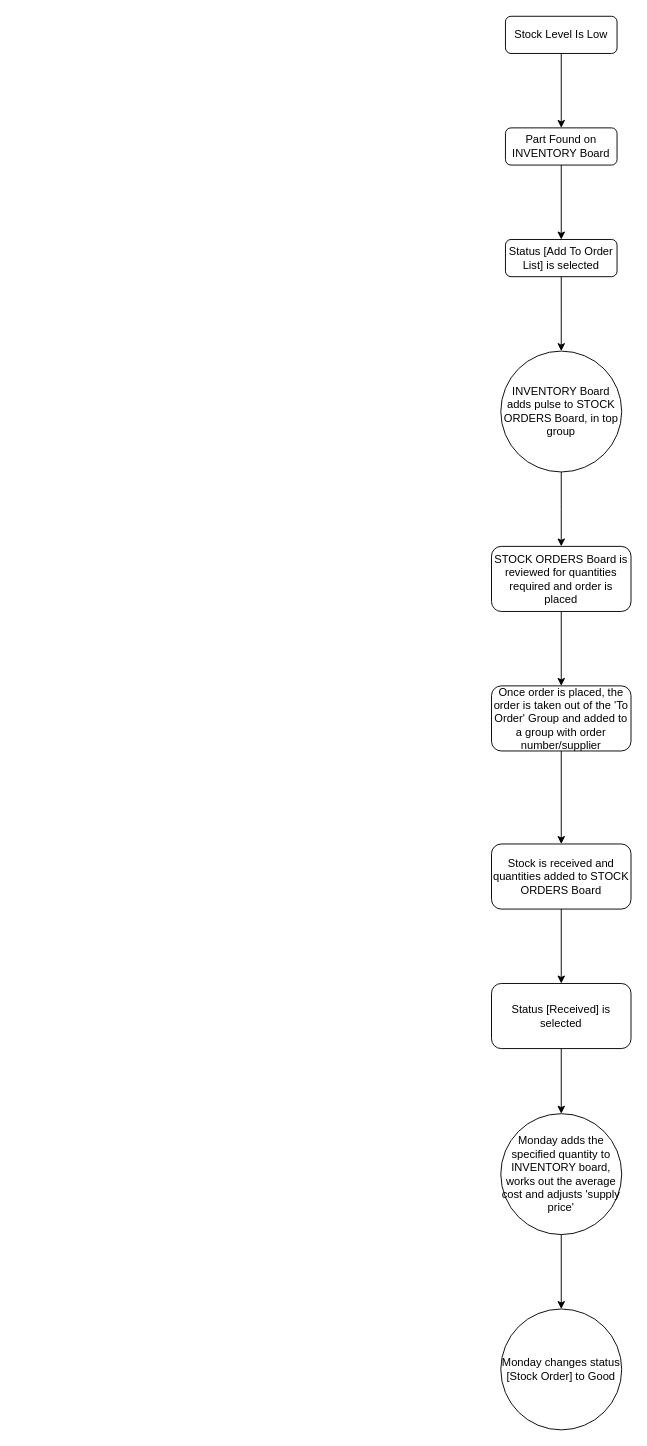
Earlier version of the draw.io diagram drawings/Stock Orders Flow.drawio (booey811/ICV4.0). Source tidied: cells renumbered, new cells numbered last; positions are measured from the earlier drawing's top-left corner, leaving out a move shared by most shapes. Both pictures are drawn from the tidied source at 93%, with x=0, y=0 at pixel (491, 16).
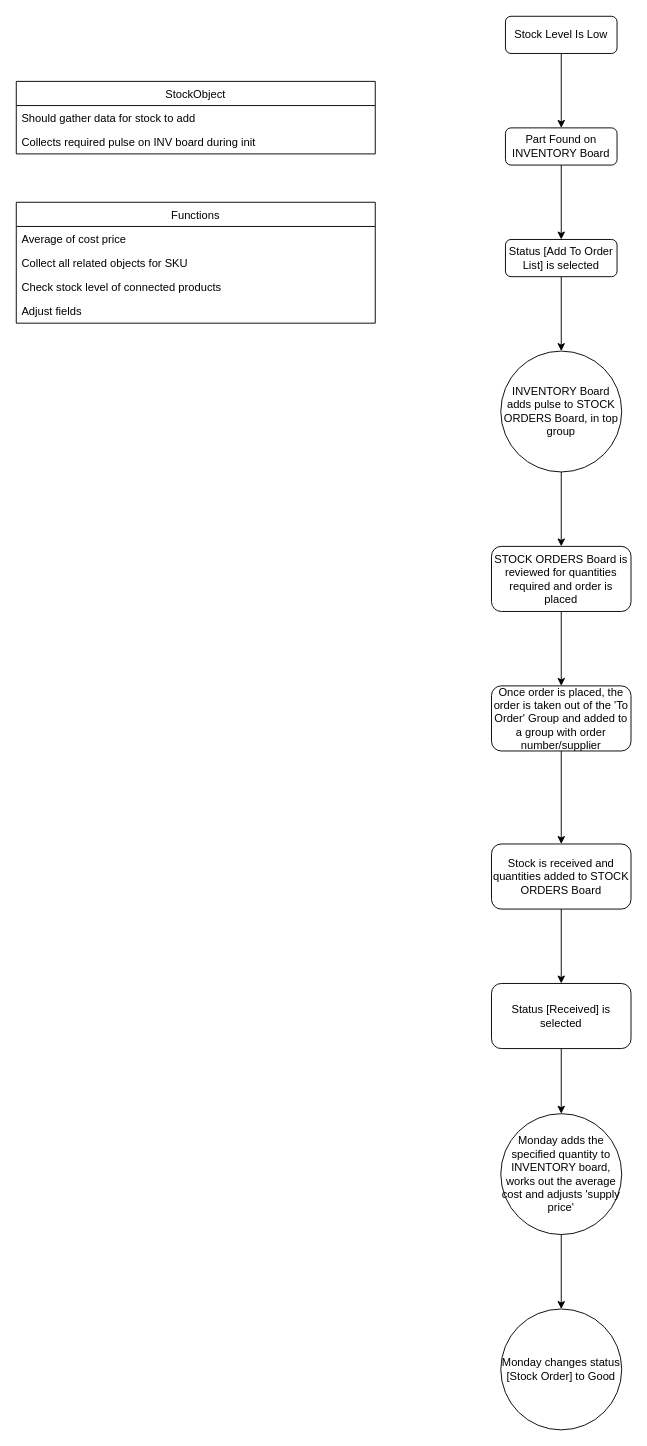
Above is the later version.

Change to the diagram source:
```diff
@@
+    <mxCell id="21" value="StockObject" style="swimlane;fontStyle=0;horizontal=1;startSize=26;fillColor=none;" parent="1" vertex="1">
+      <mxGeometry x="-511" y="70" width="386" height="78" as="geometry" />
+    </mxCell>
+    <mxCell id="22" value="Should gather data for stock to add" style="text;strokeColor=none;fillColor=none;align=left;verticalAlign=top;spacingLeft=4;spacingRight=4;overflow=hidden;" parent="21" vertex="1">
+      <mxGeometry y="26" width="386" height="26" as="geometry" />
+    </mxCell>
+    <mxCell id="23" value="Collects required pulse on INV board during init" style="text;strokeColor=none;fillColor=none;align=left;verticalAlign=top;spacingLeft=4;spacingRight=4;overflow=hidden;" parent="21" vertex="1">
+      <mxGeometry y="52" width="386" height="26" as="geometry" />
+    </mxCell>
+    <mxCell id="24" value="Functions" style="swimlane;fontStyle=0;horizontal=1;startSize=26;fillColor=none;" parent="1" vertex="1">
+      <mxGeometry x="-511" y="200" width="386" height="130" as="geometry" />
+    </mxCell>
+    <mxCell id="25" value="Average of cost price" style="text;strokeColor=none;fillColor=none;align=left;verticalAlign=top;spacingLeft=4;spacingRight=4;overflow=hidden;" parent="24" vertex="1">
+      <mxGeometry y="26" width="386" height="26" as="geometry" />
+    </mxCell>
+    <mxCell id="26" value="Collect all related objects for SKU" style="text;strokeColor=none;fillColor=none;align=left;verticalAlign=top;spacingLeft=4;spacingRight=4;overflow=hidden;" parent="24" vertex="1">
+      <mxGeometry y="52" width="386" height="26" as="geometry" />
+    </mxCell>
+    <mxCell id="27" value="Check stock level of connected products" style="text;strokeColor=none;fillColor=none;align=left;verticalAlign=top;spacingLeft=4;spacingRight=4;overflow=hidden;" parent="24" vertex="1">
+      <mxGeometry y="78" width="386" height="26" as="geometry" />
+    </mxCell>
+    <mxCell id="28" value="Adjust fields" style="text;strokeColor=none;fillColor=none;align=left;verticalAlign=top;spacingLeft=4;spacingRight=4;overflow=hidden;" parent="24" vertex="1">
+      <mxGeometry y="104" width="386" height="26" as="geometry" />
+    </mxCell>
```
